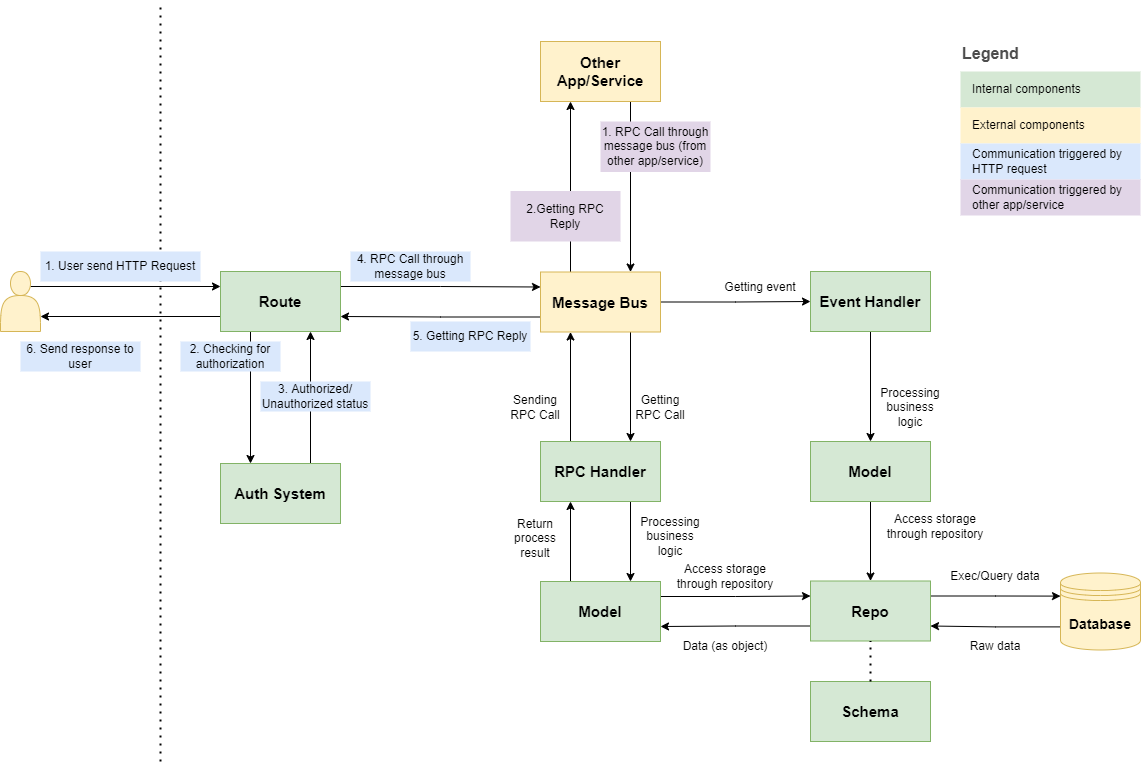
The draw.io diagram zaruba-tasks/make/fastApi/appTemplate/ztplAppDirectory/images/components-interaction.png in goFrendiAsgard/zaruba, before a commit. Source tidied: cells renumbered, new cells last; positions are measured from the earlier drawing's top-left corner, leaving out a move shared by most shapes.
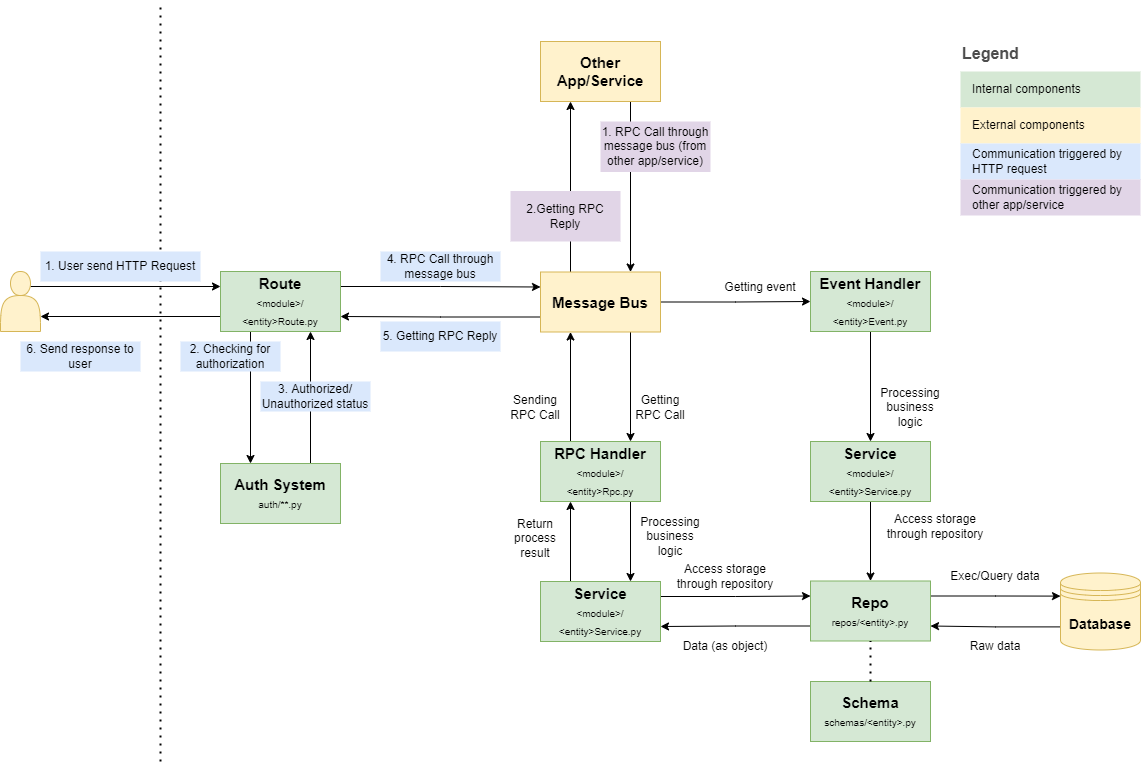
After the change.

Diff of the diagram source:
```diff
@@ -17,7 +17,7 @@
     <mxCell id="5" style="edgeStyle=orthogonalEdgeStyle;rounded=0;jettySize=auto;html=1;exitX=0.25;exitY=1;exitDx=0;exitDy=0;entryX=0.25;entryY=0;entryDx=0;entryDy=0;" parent="1" edge="1" source="6" target="31">
       <mxGeometry relative="1" as="geometry" />
     </mxCell>
-    <mxCell id="6" value="Route" style="whiteSpace=wrap;html=1;verticalAlign=middle;fillColor=#d5e8d4;strokeColor=#82b366;fontStyle=1;fontSize=15;" parent="1" vertex="1">
+    <mxCell id="6" value="Route&lt;br&gt;&lt;font style=&quot;font-size: 10px ; font-weight: normal&quot;&gt;&amp;lt;module&amp;gt;/&lt;br&gt;&amp;lt;entity&amp;gt;Route.py&lt;/font&gt;" style="whiteSpace=wrap;html=1;verticalAlign=middle;fillColor=#d5e8d4;strokeColor=#82b366;fontStyle=1;fontSize=15;" parent="1" vertex="1">
       <mxGeometry x="220" y="270" width="120" height="60" as="geometry" />
     </mxCell>
     <mxCell id="7" style="edgeStyle=orthogonalEdgeStyle;rounded=0;jettySize=auto;html=1;exitX=0.75;exitY=0.25;exitDx=0;exitDy=0;exitPerimeter=0;entryX=0;entryY=0.25;entryDx=0;entryDy=0;" parent="1" edge="1" source="8" target="6">
@@ -47,7 +47,7 @@
     <mxCell id="15" style="edgeStyle=orthogonalEdgeStyle;rounded=0;jettySize=auto;html=1;exitX=0.75;exitY=1;exitDx=0;exitDy=0;entryX=0.75;entryY=0;entryDx=0;entryDy=0;" parent="1" edge="1" source="16" target="19">
       <mxGeometry relative="1" as="geometry" />
     </mxCell>
-    <mxCell id="16" value="RPC Handler" style="whiteSpace=wrap;html=1;verticalAlign=middle;fillColor=#d5e8d4;strokeColor=#82b366;fontStyle=1;fontSize=15;" parent="1" vertex="1">
+    <mxCell id="16" value="RPC Handler&lt;br&gt;&lt;span style=&quot;font-size: 10px ; font-weight: 400&quot;&gt;&amp;lt;module&amp;gt;/&lt;/span&gt;&lt;br style=&quot;font-size: 10px ; font-weight: 400&quot;&gt;&lt;span style=&quot;font-size: 10px ; font-weight: 400&quot;&gt;&amp;lt;entity&amp;gt;Rpc.py&lt;/span&gt;" style="whiteSpace=wrap;html=1;verticalAlign=middle;fillColor=#d5e8d4;strokeColor=#82b366;fontStyle=1;fontSize=15;" parent="1" vertex="1">
       <mxGeometry x="540" y="440" width="120" height="60" as="geometry" />
     </mxCell>
     <mxCell id="17" style="edgeStyle=orthogonalEdgeStyle;rounded=0;jettySize=auto;html=1;exitX=1;exitY=0.25;exitDx=0;exitDy=0;entryX=0;entryY=0.25;entryDx=0;entryDy=0;" parent="1" edge="1" source="19" target="22">
@@ -56,7 +56,7 @@
     <mxCell id="18" style="edgeStyle=orthogonalEdgeStyle;rounded=0;jettySize=auto;html=1;exitX=0.25;exitY=0;exitDx=0;exitDy=0;entryX=0.25;entryY=1;entryDx=0;entryDy=0;" parent="1" edge="1" source="19" target="16">
       <mxGeometry relative="1" as="geometry" />
     </mxCell>
-    <mxCell id="19" value="Model" style="whiteSpace=wrap;html=1;fillColor=#d5e8d4;strokeColor=#82b366;fontStyle=1;fontSize=15;" parent="1" vertex="1">
+    <mxCell id="19" value="Service&lt;br&gt;&lt;span style=&quot;font-size: 10px ; font-weight: 400&quot;&gt;&amp;lt;module&amp;gt;/&lt;/span&gt;&lt;br style=&quot;font-size: 10px ; font-weight: 400&quot;&gt;&lt;span style=&quot;font-size: 10px ; font-weight: 400&quot;&gt;&amp;lt;entity&amp;gt;Service.py&lt;/span&gt;" style="whiteSpace=wrap;html=1;fillColor=#d5e8d4;strokeColor=#82b366;fontStyle=1;fontSize=15;" parent="1" vertex="1">
       <mxGeometry x="540" y="580" width="120" height="60" as="geometry" />
     </mxCell>
     <mxCell id="20" style="edgeStyle=orthogonalEdgeStyle;rounded=0;jettySize=auto;html=1;exitX=0;exitY=0.75;exitDx=0;exitDy=0;entryX=1;entryY=0.75;entryDx=0;entryDy=0;" parent="1" edge="1" source="22" target="19">
@@ -65,7 +65,7 @@
     <mxCell id="21" style="edgeStyle=orthogonalEdgeStyle;rounded=0;jettySize=auto;html=1;exitX=1;exitY=0.25;exitDx=0;exitDy=0;entryX=0;entryY=0.3;entryDx=0;entryDy=0;" parent="1" edge="1" source="22" target="24">
       <mxGeometry relative="1" as="geometry" />
     </mxCell>
-    <mxCell id="22" value="Repo" style="whiteSpace=wrap;html=1;fillColor=#d5e8d4;strokeColor=#82b366;fontStyle=1;fontSize=15;" parent="1" vertex="1">
+    <mxCell id="22" value="Repo&lt;br&gt;&lt;span style=&quot;font-size: 10px ; font-weight: 400&quot;&gt;repos/&amp;lt;entity&amp;gt;.py&lt;/span&gt;" style="whiteSpace=wrap;html=1;fillColor=#d5e8d4;strokeColor=#82b366;fontStyle=1;fontSize=15;" parent="1" vertex="1">
       <mxGeometry x="810" y="579.5" width="120" height="60" as="geometry" />
     </mxCell>
     <mxCell id="23" style="edgeStyle=orthogonalEdgeStyle;rounded=0;jettySize=auto;html=1;exitX=0;exitY=0.7;exitDx=0;exitDy=0;entryX=1;entryY=0.75;entryDx=0;entryDy=0;" parent="1" edge="1" source="24" target="22">
@@ -84,7 +84,7 @@
       <mxGeometry x="540" y="40" width="120" height="60" as="geometry" />
     </mxCell>
     <mxCell id="28" value="4. RPC Call through message bus" style="text;html=1;strokeColor=none;fillColor=#dae8fc;align=center;verticalAlign=middle;whiteSpace=wrap;rounded=0;" parent="1" vertex="1">
-      <mxGeometry x="350" y="250" width="120" height="30" as="geometry" />
+      <mxGeometry x="380" y="250" width="120" height="30" as="geometry" />
     </mxCell>
     <mxCell id="29" value="1. RPC Call through message bus (from other app/service)" style="text;html=1;strokeColor=none;fillColor=#e1d5e7;align=center;verticalAlign=middle;whiteSpace=wrap;rounded=0;" parent="1" vertex="1">
       <mxGeometry x="600" y="120" width="110" height="50.5" as="geometry" />
@@ -92,7 +92,7 @@
     <mxCell id="30" style="edgeStyle=orthogonalEdgeStyle;rounded=0;jettySize=auto;html=1;exitX=0.75;exitY=0;exitDx=0;exitDy=0;entryX=0.75;entryY=1;entryDx=0;entryDy=0;" parent="1" edge="1" source="31" target="6">
       <mxGeometry relative="1" as="geometry" />
     </mxCell>
-    <mxCell id="31" value="Auth System" style="whiteSpace=wrap;html=1;verticalAlign=middle;fillColor=#d5e8d4;strokeColor=#82b366;fontStyle=1;fontSize=15;" parent="1" vertex="1">
+    <mxCell id="31" value="Auth System&lt;br&gt;&lt;span style=&quot;font-size: 10px ; font-weight: 400&quot;&gt;auth/**.py&lt;/span&gt;" style="whiteSpace=wrap;html=1;verticalAlign=middle;fillColor=#d5e8d4;strokeColor=#82b366;fontStyle=1;fontSize=15;" parent="1" vertex="1">
       <mxGeometry x="220" y="462" width="120" height="60" as="geometry" />
     </mxCell>
     <mxCell id="32" value="2. Checking for authorization" style="text;html=1;strokeColor=none;fillColor=#dae8fc;align=center;verticalAlign=middle;whiteSpace=wrap;rounded=0;" parent="1" vertex="1">
@@ -102,7 +102,7 @@
       <mxGeometry x="260" y="380" width="110" height="30" as="geometry" />
     </mxCell>
     <mxCell id="34" value="5. Getting RPC Reply" style="text;html=1;strokeColor=none;fillColor=#dae8fc;align=center;verticalAlign=middle;whiteSpace=wrap;rounded=0;" parent="1" vertex="1">
-      <mxGeometry x="410" y="320" width="120" height="30" as="geometry" />
+      <mxGeometry x="380" y="320" width="120" height="30" as="geometry" />
     </mxCell>
     <mxCell id="35" value="6. Send response to user" style="text;html=1;strokeColor=none;fillColor=#dae8fc;align=center;verticalAlign=middle;whiteSpace=wrap;rounded=0;" parent="1" vertex="1">
       <mxGeometry x="20" y="340" width="120" height="30" as="geometry" />
@@ -131,7 +131,7 @@
     <mxCell id="43" value="Raw data" style="text;html=1;strokeColor=none;fillColor=none;align=center;verticalAlign=middle;whiteSpace=wrap;rounded=0;" parent="1" vertex="1">
       <mxGeometry x="940" y="630" width="110" height="30" as="geometry" />
     </mxCell>
-    <mxCell id="44" value="Schema" style="whiteSpace=wrap;html=1;fillColor=#d5e8d4;strokeColor=#82b366;fontStyle=1;fontSize=15;" parent="1" vertex="1">
+    <mxCell id="44" value="Schema&lt;br&gt;&lt;span style=&quot;font-size: 10px ; font-weight: 400&quot;&gt;schemas/&amp;lt;entity&amp;gt;.py&lt;/span&gt;" style="whiteSpace=wrap;html=1;fillColor=#d5e8d4;strokeColor=#82b366;fontStyle=1;fontSize=15;" parent="1" vertex="1">
       <mxGeometry x="810" y="680" width="120" height="60" as="geometry" />
     </mxCell>
     <mxCell id="45" style="endArrow=none;dashed=1;html=1;dashPattern=1 3;strokeWidth=2;rounded=0;entryX=0.5;entryY=1;entryDx=0;entryDy=0;" parent="1" edge="1" source="44" target="22">
@@ -143,13 +143,13 @@
     <mxCell id="47" style="edgeStyle=orthogonalEdgeStyle;rounded=0;jettySize=auto;html=1;fontSize=14;" parent="1" edge="1" source="48" target="50">
       <mxGeometry relative="1" as="geometry" />
     </mxCell>
-    <mxCell id="48" value="Event Handler" style="whiteSpace=wrap;html=1;verticalAlign=middle;fillColor=#d5e8d4;strokeColor=#82b366;fontStyle=1;fontSize=15;" parent="1" vertex="1">
+    <mxCell id="48" value="Event Handler&lt;br&gt;&lt;span style=&quot;font-size: 10px ; font-weight: 400&quot;&gt;&amp;lt;module&amp;gt;/&lt;/span&gt;&lt;br style=&quot;font-size: 10px ; font-weight: 400&quot;&gt;&lt;span style=&quot;font-size: 10px ; font-weight: 400&quot;&gt;&amp;lt;entity&amp;gt;Event.py&lt;/span&gt;" style="whiteSpace=wrap;html=1;verticalAlign=middle;fillColor=#d5e8d4;strokeColor=#82b366;fontStyle=1;fontSize=15;" parent="1" vertex="1">
       <mxGeometry x="810" y="270" width="120" height="60" as="geometry" />
     </mxCell>
     <mxCell id="49" style="edgeStyle=orthogonalEdgeStyle;rounded=0;jettySize=auto;html=1;fontSize=14;" parent="1" edge="1" source="50" target="22">
       <mxGeometry relative="1" as="geometry" />
     </mxCell>
-    <mxCell id="50" value="Model" style="whiteSpace=wrap;html=1;verticalAlign=middle;fillColor=#d5e8d4;strokeColor=#82b366;fontStyle=1;fontSize=15;" parent="1" vertex="1">
+    <mxCell id="50" value="Service&lt;br&gt;&lt;span style=&quot;font-size: 10px ; font-weight: 400&quot;&gt;&amp;lt;module&amp;gt;/&lt;/span&gt;&lt;br style=&quot;font-size: 10px ; font-weight: 400&quot;&gt;&lt;span style=&quot;font-size: 10px ; font-weight: 400&quot;&gt;&amp;lt;entity&amp;gt;Service.py&lt;/span&gt;" style="whiteSpace=wrap;html=1;verticalAlign=middle;fillColor=#d5e8d4;strokeColor=#82b366;fontStyle=1;fontSize=15;" parent="1" vertex="1">
       <mxGeometry x="810" y="440" width="120" height="60" as="geometry" />
     </mxCell>
     <mxCell id="51" value="&lt;font style=&quot;font-size: 12px&quot;&gt;Getting event&lt;/font&gt;" style="text;html=1;strokeColor=none;fillColor=none;align=center;verticalAlign=middle;whiteSpace=wrap;rounded=0;fontSize=14;" parent="1" vertex="1">
```
